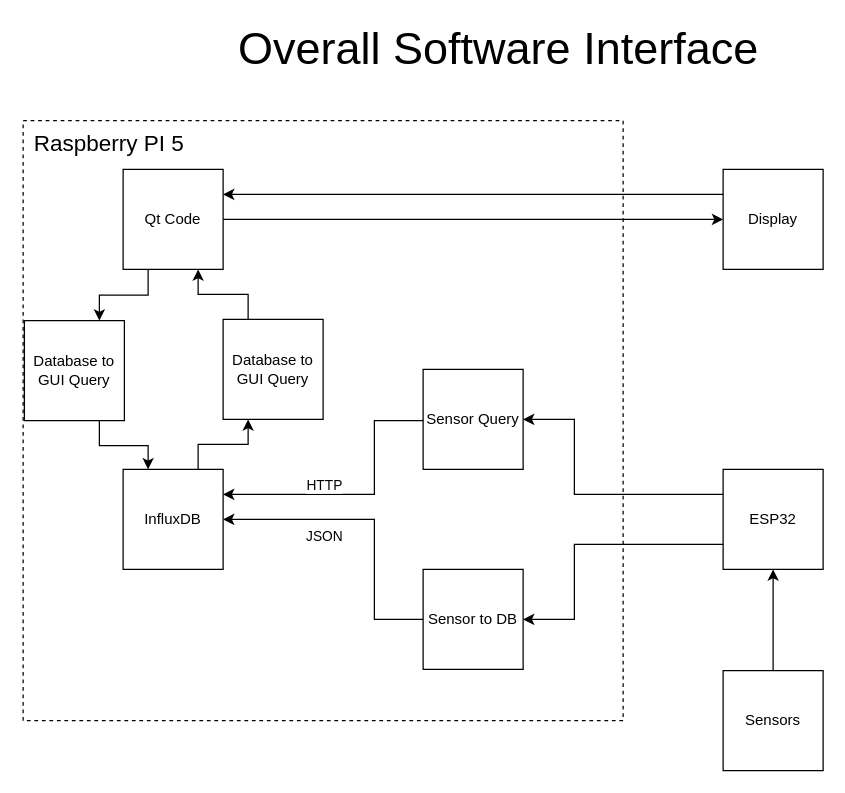
martintara/kaffeknekt keeps this draw.io diagram as diagrams/Overall_Software_Interface.drawio. Above is the earlier version. Source tidied: cells renumbered, new cells numbered last; positions are measured from the earlier drawing's top-left corner, leaving out a move shared by most shapes. Both pictures are drawn from the tidied source at 125%, with x=0, y=0 at pixel (21, 29).
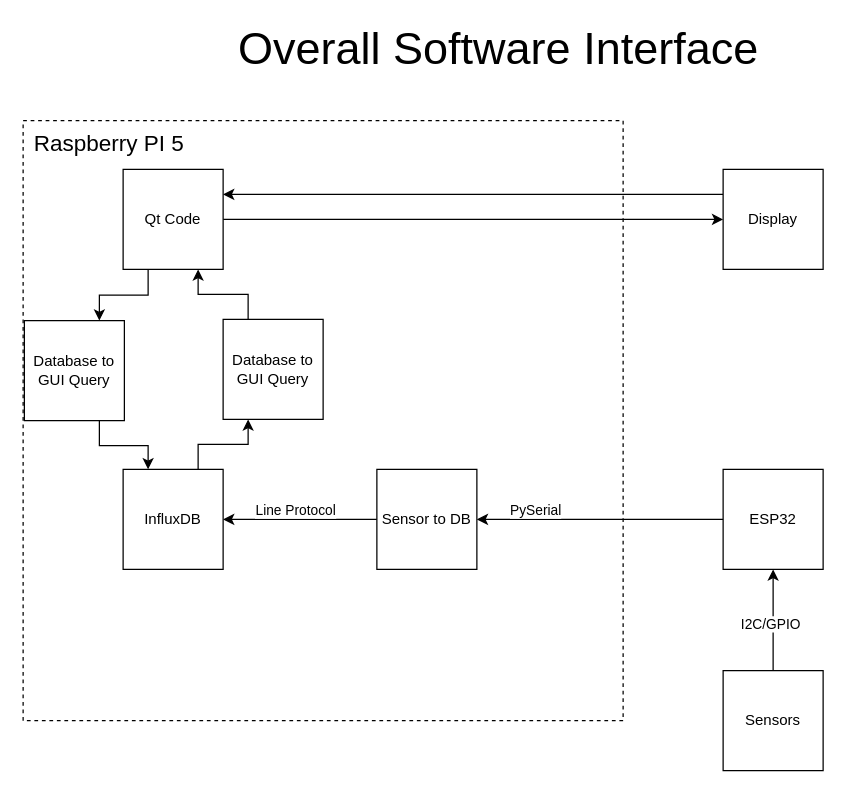
The same diagram, later.

Unchanged cells that the change refers to:
```xml
<mxCell id="7" value="InfluxDB" style="whiteSpace=wrap;html=1;" parent="1" vertex="1">
  <mxGeometry x="81" y="352" width="80" height="80" as="geometry" />
</mxCell>
<mxCell id="13" value="ESP32" style="whiteSpace=wrap;html=1;" parent="1" vertex="1">
  <mxGeometry x="561" y="352" width="80" height="80" as="geometry" />
</mxCell>
<mxCell id="14" style="edgeStyle=orthogonalEdgeStyle;rounded=0;jettySize=auto;html=1;exitX=0.5;exitY=0;exitDx=0;exitDy=0;entryX=0.5;entryY=1;entryDx=0;entryDy=0;" parent="1" edge="1" source="15" target="13">
  <mxGeometry relative="1" as="geometry" />
</mxCell>
```

Change to the diagram source:
```diff
@@
-    <mxCell id="4" style="edgeStyle=orthogonalEdgeStyle;rounded=0;jettySize=auto;html=1;entryX=1;entryY=0.5;entryDx=0;entryDy=0;" parent="1" edge="1" source="21" target="7">
-      <mxGeometry relative="1" as="geometry">
-        <Array as="points">
-          <mxPoint x="282" y="472" />
-          <mxPoint x="282" y="392" />
-        </Array>
-      </mxGeometry>
-    </mxCell>
-    <mxCell id="5" value="JSON" style="edgeLabel;html=1;align=center;verticalAlign=middle;" parent="4" vertex="1">
-      <mxGeometry x="-0.07" y="-2" relative="1" as="geometry">
-        <mxPoint x="-43" y="6" as="offset" />
-      </mxGeometry>
-    </mxCell>
@@
-    <mxCell id="12" style="edgeStyle=orthogonalEdgeStyle;rounded=0;jettySize=auto;html=1;exitX=0;exitY=0.25;exitDx=0;exitDy=0;entryX=1;entryY=0.5;entryDx=0;entryDy=0;" parent="1" edge="1" source="13" target="26">
-      <mxGeometry relative="1" as="geometry">
-        <Array as="points">
-          <mxPoint x="442" y="372" />
-          <mxPoint x="442" y="312" />
-        </Array>
-      </mxGeometry>
-    </mxCell>
@@
+    <mxCell id="27" value="I2C/GPIO" style="edgeLabel;html=1;align=center;verticalAlign=middle;" parent="14" vertex="1">
+      <mxGeometry x="-0.06" y="3" relative="1" as="geometry" />
+    </mxCell>
@@
-    <mxCell id="18" style="edgeStyle=orthogonalEdgeStyle;rounded=0;jettySize=auto;html=1;exitX=0;exitY=0.75;exitDx=0;exitDy=0;entryX=1;entryY=0.5;entryDx=0;entryDy=0;" parent="1" edge="1" source="13" target="21">
-      <mxGeometry relative="1" as="geometry">
-        <Array as="points">
-          <mxPoint x="442" y="412" />
-          <mxPoint x="442" y="472" />
-        </Array>
-      </mxGeometry>
+    <mxCell id="18" style="edgeStyle=orthogonalEdgeStyle;rounded=0;jettySize=auto;html=1;exitX=0;exitY=0.5;exitDx=0;exitDy=0;entryX=1;entryY=0.5;entryDx=0;entryDy=0;" parent="1" edge="1" source="13" target="21">
+      <mxGeometry relative="1" as="geometry" />
     </mxCell>
-    <mxCell id="19" style="edgeStyle=orthogonalEdgeStyle;rounded=0;jettySize=auto;html=1;exitX=0;exitY=0.5;exitDx=0;exitDy=0;entryX=1;entryY=0.25;entryDx=0;entryDy=0;" parent="1" edge="1" source="26" target="7">
-      <mxGeometry relative="1" as="geometry">
-        <Array as="points">
-          <mxPoint x="321" y="313" />
-          <mxPoint x="282" y="313" />
-          <mxPoint x="282" y="372" />
-        </Array>
-      </mxGeometry>
-    </mxCell>
-    <mxCell id="20" value="HTTP" style="edgeLabel;html=1;align=center;verticalAlign=middle;" parent="19" vertex="1">
-      <mxGeometry x="-0.1" y="1" relative="1" as="geometry">
-        <mxPoint x="-41" y="-9" as="offset" />
-      </mxGeometry>
-    </mxCell>
+    <mxCell id="28" value="PySerial" style="edgeLabel;html=1;align=center;verticalAlign=middle;" parent="18" vertex="1">
+      <mxGeometry x="-0.14" y="1" relative="1" as="geometry">
+        <mxPoint x="-66" y="-9" as="offset" />
+      </mxGeometry>
+    </mxCell>
+    <mxCell id="4" style="edgeStyle=orthogonalEdgeStyle;rounded=0;jettySize=auto;html=1;exitX=0;exitY=0.5;exitDx=0;exitDy=0;entryX=1;entryY=0.5;entryDx=0;entryDy=0;" parent="1" edge="1" source="21" target="7">
+      <mxGeometry relative="1" as="geometry" />
+    </mxCell>
+    <mxCell id="29" value="Line Protocol" style="edgeLabel;html=1;align=center;verticalAlign=middle;" parent="4" vertex="1">
+      <mxGeometry x="0.26" y="-1" relative="1" as="geometry">
+        <mxPoint x="11" y="-7" as="offset" />
+      </mxGeometry>
+    </mxCell>
     <mxCell id="21" value="Sensor to DB" style="whiteSpace=wrap;html=1;" parent="1" vertex="1">
-      <mxGeometry x="321" y="432" width="80" height="80" as="geometry" />
+      <mxGeometry x="284" y="352" width="80" height="80" as="geometry" />
     </mxCell>
@@
-    <mxCell id="26" value="Sensor Query" style="whiteSpace=wrap;html=1;" parent="1" vertex="1">
-      <mxGeometry x="321" y="272" width="80" height="80" as="geometry" />
-    </mxCell>
```
